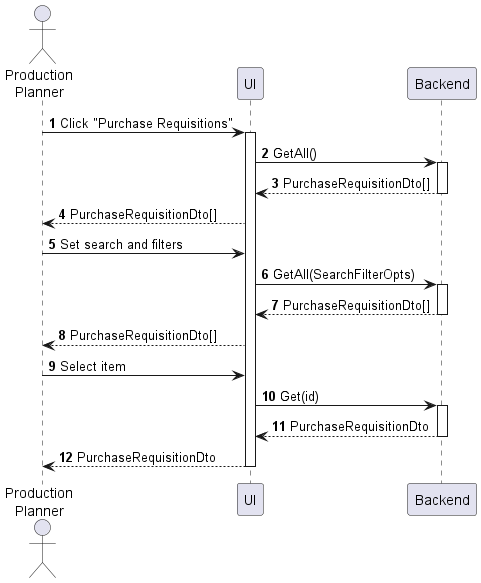
Earlier version of the PlantUML export sequences/purchase-requisition-view.png (phihungha/scmss-reqs).
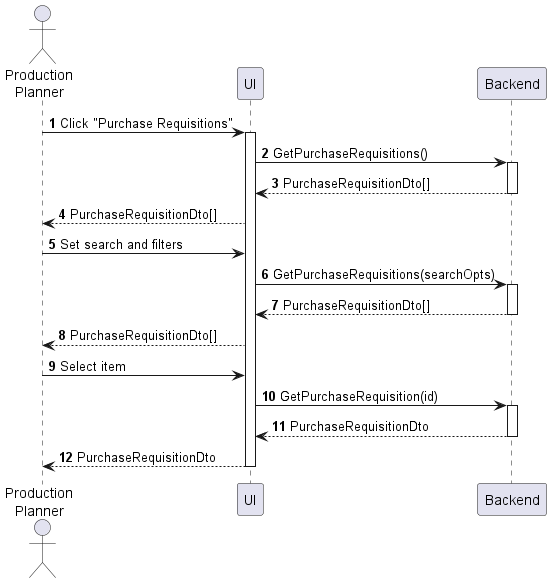
The same diagram one commit later.

Change to the diagram source:
```diff
@@ -7,17 +7,17 @@
 
 a -> f : Click "Purchase Requisitions"
 activate f
-f -> b : GetAll()
+f -> b : GetPurchaseRequisitions()
 activate b
 return PurchaseRequisitionDto[]
 f --> a : PurchaseRequisitionDto[]
 a -> f : Set search and filters
-f -> b : GetAll(SearchFilterOpts)
+f -> b : GetPurchaseRequisitions(searchOpts)
 activate b
 return PurchaseRequisitionDto[]
 f --> a : PurchaseRequisitionDto[]
 a -> f : Select item
-f -> b : Get(id)
+f -> b : GetPurchaseRequisition(id)
 activate b
 return PurchaseRequisitionDto
 return PurchaseRequisitionDto
```
